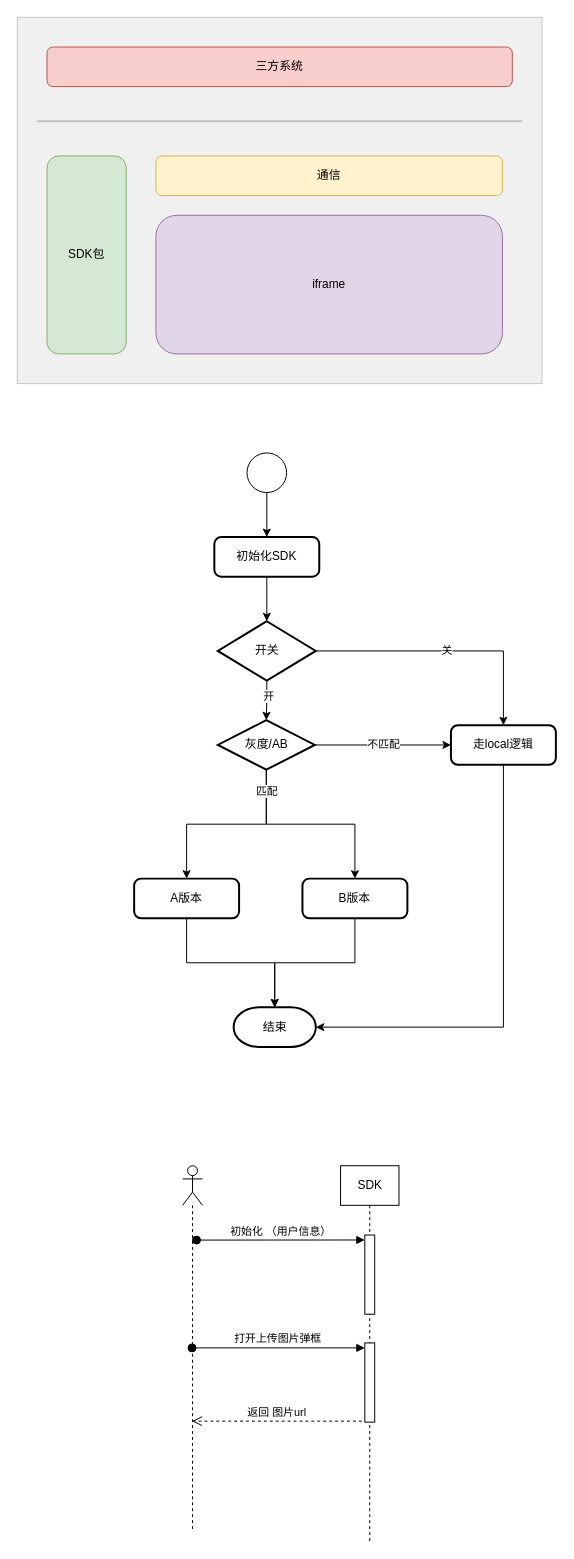
This is 素材库SDK.drawio from wt9213/wt9213.github.io, a draw.io file, before an edit. Source tidied: cells renumbered, new cells numbered last; positions are measured from the earlier drawing's top-left corner, leaving out a move shared by most shapes. Both pictures are drawn from the tidied source at 99%, with x=0, y=0 at pixel (17, 17).
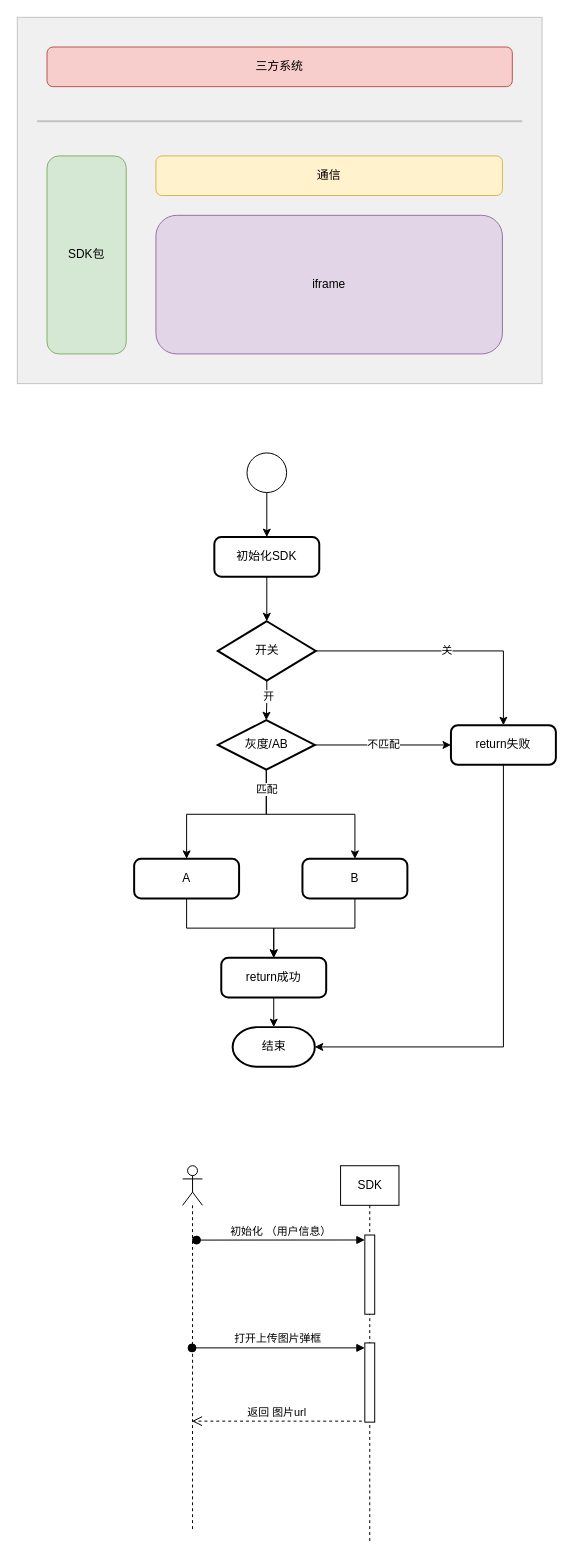
After the change.

Commit message:
更新素材库SDK.drawio

Diff of the diagram source:
```diff
@@
-    <mxCell id="16" value="走local逻辑" style="rounded=1;whiteSpace=wrap;html=1;absoluteArcSize=1;arcSize=14;strokeWidth=2;" parent="1" vertex="1">
+    <mxCell id="16" value="return失败" style="rounded=1;whiteSpace=wrap;html=1;absoluteArcSize=1;arcSize=14;strokeWidth=2;" parent="1" vertex="1">
       <mxGeometry x="438" y="715" width="106" height="40" as="geometry" />
     </mxCell>
@@
-    <mxCell id="22" style="edgeStyle=orthogonalEdgeStyle;rounded=0;jettySize=auto;html=1;exitX=0.5;exitY=1;exitDx=0;exitDy=0;" parent="1" edge="1" source="23" target="25">
-      <mxGeometry relative="1" as="geometry" />
-    </mxCell>
-    <mxCell id="23" value="A版本" style="rounded=1;whiteSpace=wrap;html=1;absoluteArcSize=1;arcSize=14;strokeWidth=2;" parent="1" vertex="1">
-      <mxGeometry x="118" y="870" width="106" height="40" as="geometry" />
+    <mxCell id="23" value="A" style="rounded=1;whiteSpace=wrap;html=1;absoluteArcSize=1;arcSize=14;strokeWidth=2;" parent="1" vertex="1">
+      <mxGeometry x="118" y="850" width="106" height="40" as="geometry" />
     </mxCell>
+    <mxCell id="35" style="edgeStyle=orthogonalEdgeStyle;rounded=0;jettySize=auto;html=1;exitX=0.5;exitY=1;exitDx=0;exitDy=0;entryX=0.5;entryY=0;entryDx=0;entryDy=0;" parent="1" edge="1" source="24" target="36">
+      <mxGeometry relative="1" as="geometry" />
+    </mxCell>
-    <mxCell id="24" value="B版本" style="rounded=1;whiteSpace=wrap;html=1;absoluteArcSize=1;arcSize=14;strokeWidth=2;" parent="1" vertex="1">
-      <mxGeometry x="288" y="870" width="106" height="40" as="geometry" />
+    <mxCell id="24" value="B" style="rounded=1;whiteSpace=wrap;html=1;absoluteArcSize=1;arcSize=14;strokeWidth=2;" parent="1" vertex="1">
+      <mxGeometry x="288" y="850" width="106" height="40" as="geometry" />
     </mxCell>
     <mxCell id="25" value="结束" style="strokeWidth=2;html=1;shape=mxgraph.flowchart.terminator;whiteSpace=wrap;" parent="1" vertex="1">
-      <mxGeometry x="218.5" y="1000" width="83" height="40" as="geometry" />
+      <mxGeometry x="217.5" y="1020" width="83" height="40" as="geometry" />
     </mxCell>
-    <mxCell id="26" style="edgeStyle=orthogonalEdgeStyle;rounded=0;jettySize=auto;html=1;exitX=0.5;exitY=1;exitDx=0;exitDy=0;entryX=0.5;entryY=0;entryDx=0;entryDy=0;entryPerimeter=0;" parent="1" edge="1" source="24" target="25">
-      <mxGeometry relative="1" as="geometry" />
-    </mxCell>
@@
+    <mxCell id="36" value="return成功" style="rounded=1;whiteSpace=wrap;html=1;absoluteArcSize=1;arcSize=14;strokeWidth=2;" parent="1" vertex="1">
+      <mxGeometry x="206" y="950" width="106" height="40" as="geometry" />
+    </mxCell>
+    <mxCell id="37" style="edgeStyle=orthogonalEdgeStyle;rounded=0;jettySize=auto;html=1;exitX=0.5;exitY=1;exitDx=0;exitDy=0;entryX=0.5;entryY=0;entryDx=0;entryDy=0;" parent="1" edge="1" source="23" target="36">
+      <mxGeometry relative="1" as="geometry" />
+    </mxCell>
+    <mxCell id="38" style="edgeStyle=orthogonalEdgeStyle;rounded=0;jettySize=auto;html=1;exitX=0.5;exitY=1;exitDx=0;exitDy=0;entryX=0.5;entryY=0;entryDx=0;entryDy=0;entryPerimeter=0;" parent="1" edge="1" source="36" target="25">
+      <mxGeometry relative="1" as="geometry" />
+    </mxCell>
```
